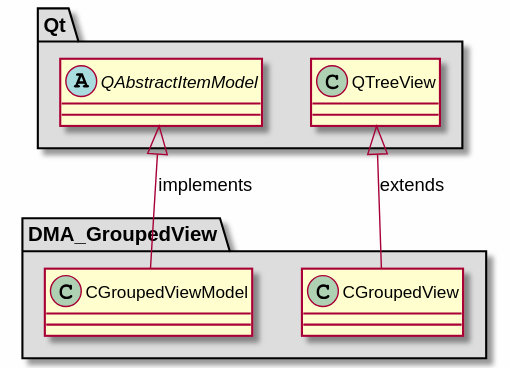
The PlantUML diagram md/dev_docs/puml/DMA_GroupedView_standalone.svg in svlad-90/DLT-Message-Analyzer, before a commit.
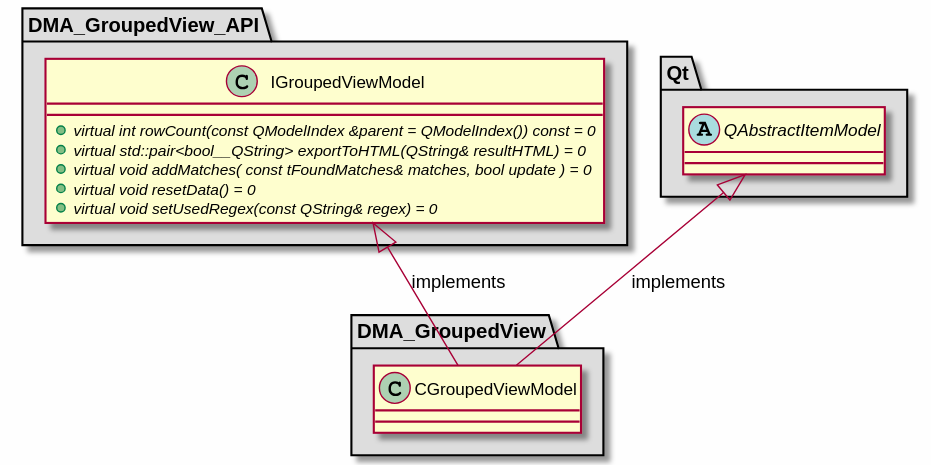
The same diagram one commit later.

What changed in the source:
```diff
@@ -5,12 +5,22 @@
 package "DMA_GroupedView" #DDDDDD
 {
 
-class "CGroupedView"
+class "CGroupedViewModel"
 {
 }
 
-class "CGroupedViewModel"
+}
+
+package "DMA_GroupedView_API" #DDDDDD
 {
+
+class "IGroupedViewModel"
+{
+    + {abstract} virtual int rowCount(const QModelIndex &parent = QModelIndex()) const = 0
+    + {abstract} virtual std::pair<bool__QString> exportToHTML(QString& resultHTML) = 0
+    + {abstract} virtual void addMatches( const tFoundMatches& matches, bool update ) = 0
+    + {abstract} virtual void resetData() = 0
+    + {abstract} virtual void setUsedRegex(const QString& regex) = 0
 }
 
 }
@@ -22,13 +32,9 @@
 {
 }
 
-class "QTreeView"
-{
 }
 
-}
-
-QTreeView <|-- CGroupedView : extends
+IGroupedViewModel <|-- CGroupedViewModel : implements
 QAbstractItemModel <|-- CGroupedViewModel : implements
 
 @enduml
```
